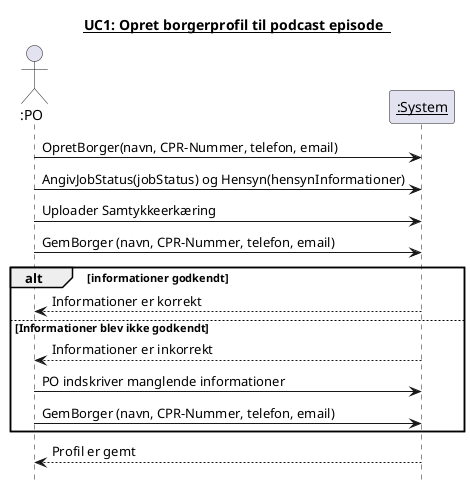
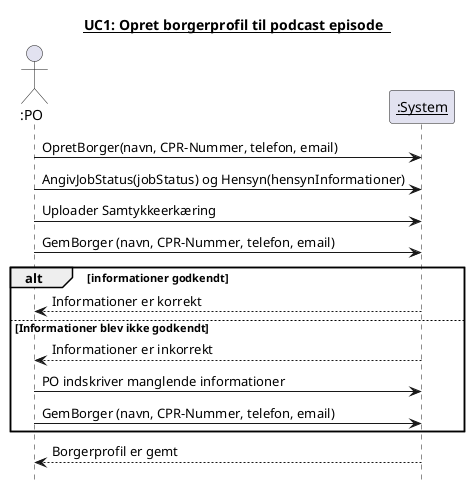
@startuml SSD
title <u>UC1: Opret borgerprofil til podcast episode  </u>

Actor ":PO" as PO
participant "<u>:System</u>" as System

PO -> System: OpretBorger(navn, CPR-Nummer, telefon, email)
PO -> System: AngivJobStatus(jobStatus) og Hensyn(hensynInformationer)
PO -> System: Uploader Samtykkeerkæring
PO -> System: GemBorger (navn, CPR-Nummer, telefon, email)

alt informationer godkendt
System --> PO: Informationer er korrekt

else Informationer blev ikke godkendt

System --> PO: Informationer er inkorrekt
PO -> System: PO indskriver manglende informationer
PO -> System: GemBorger (navn, CPR-Nummer, telefon, email)
end
- System --> PO: Profil er gemt
+ System --> PO: Borgerprofil er gemt


hide footbox

@enduml